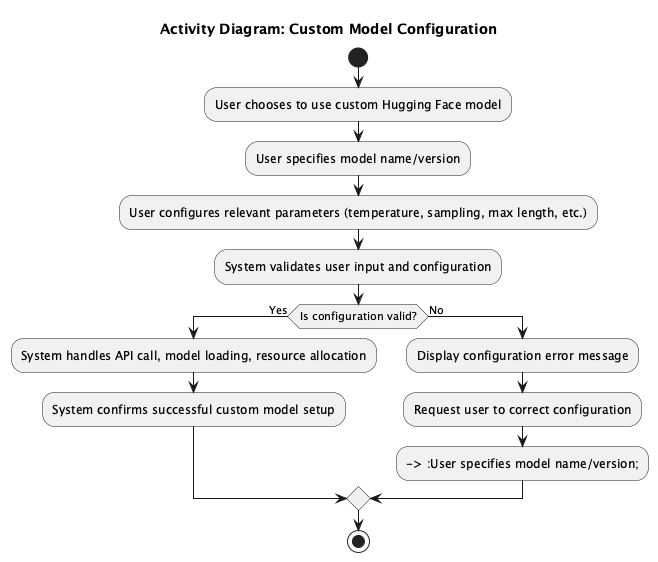
stepbystepcode/CodeWay keeps this PlantUML diagram as latex/UML/Activity/Custom-Model-Configuration.png. Above is the earlier version.
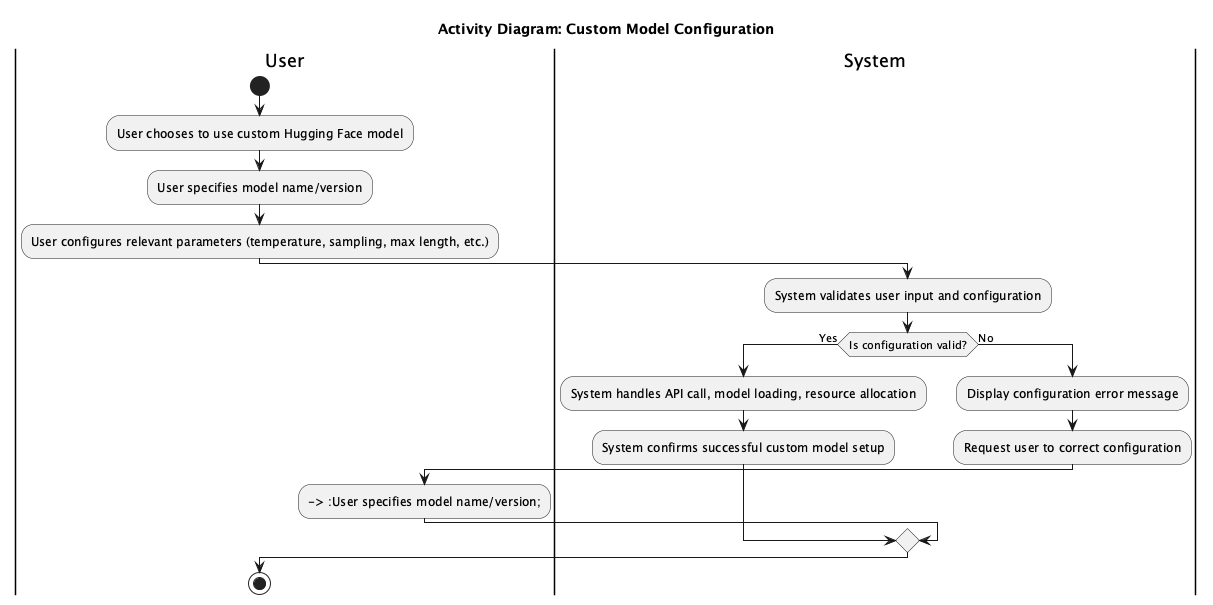
After the change.

What changed in the source:
```diff
@@ -1,10 +1,13 @@
 @startuml
 title Activity Diagram: Custom Model Configuration
 
+|User|
 start
 :User chooses to use custom Hugging Face model;
 :User specifies model name/version;
 :User configures relevant parameters (temperature, sampling, max length, etc.);
+
+|System|
 :System validates user input and configuration;
 if (Is configuration valid?) then (Yes)
   :System handles API call, model loading, resource allocation;
@@ -12,8 +15,12 @@
 else (No)
   :Display configuration error message;
   :Request user to correct configuration;
+
+  |User|
   --> :User specifies model name/version;
 endif
+
+|User|
 stop
 
 @enduml
```
